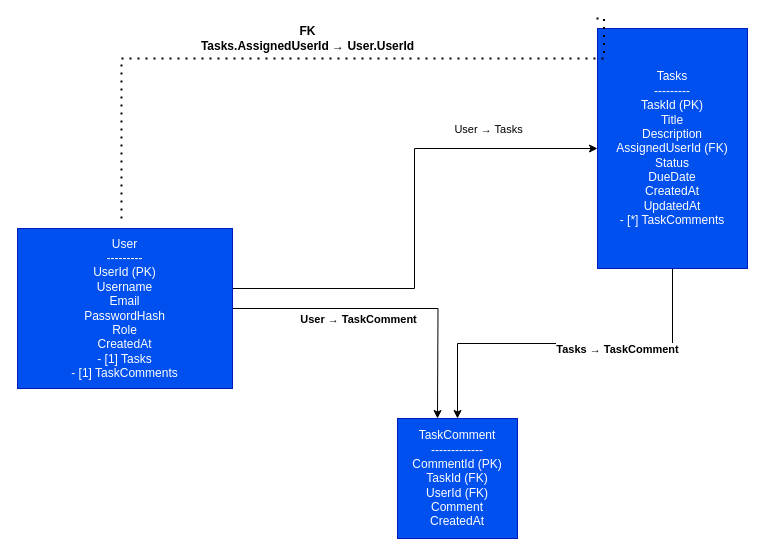
Earlier version of the draw.io diagram Untitled Diagram.drawio (sainikhilgb/Employee-Portal). Source tidied: cells renumbered, new cells numbered last; positions are measured from the earlier drawing's top-left corner, leaving out a move shared by most shapes. Both pictures are drawn from the tidied source at 100%, with x=0, y=0 at pixel (17, 18).
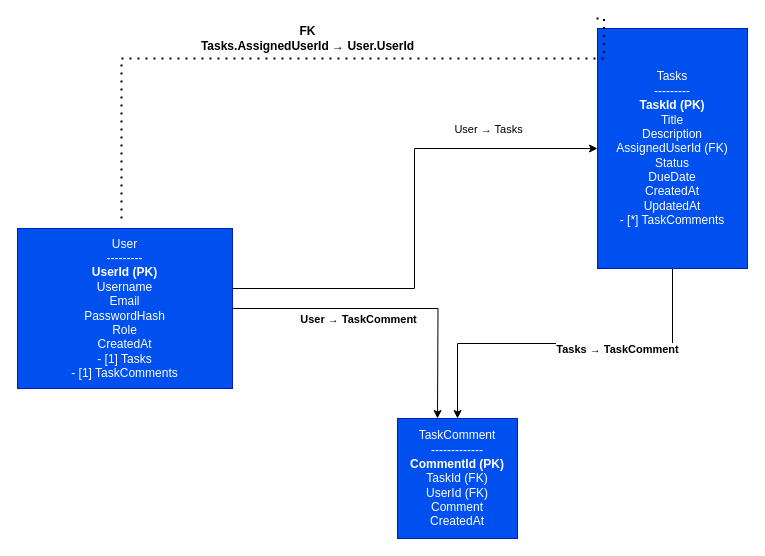
The same diagram, later.

Change to the diagram source:
```diff
@@
-    <mxCell id="6" value="User&#10;---------&#10;UserId (PK)&#10;Username&#10;Email&#10;PasswordHash&#10;Role&#10;CreatedAt&#10;- [1] Tasks&#10;- [1] TaskComments" style="rounded=0;whiteSpace=wrap;html=1;fillColor=#0050ef;fontColor=#ffffff;strokeColor=#001DBC;" parent="1" vertex="1">
+    <mxCell id="6" value="User&lt;br&gt;---------&lt;b&gt;&lt;br&gt;UserId (PK)&lt;/b&gt;&lt;br&gt;Username&lt;br&gt;Email&lt;br&gt;PasswordHash&lt;br&gt;Role&lt;br&gt;CreatedAt&lt;br&gt;- [1] Tasks&lt;br&gt;- [1] TaskComments" style="rounded=0;whiteSpace=wrap;html=1;fillColor=#0050ef;fontColor=#ffffff;strokeColor=#001DBC;" parent="1" vertex="1">
       <mxGeometry y="210" width="215" height="160" as="geometry" />
     </mxCell>
@@
-    <mxCell id="10" value="Tasks&#10;---------&#10;TaskId (PK)&#10;Title&#10;Description&#10;AssignedUserId (FK)&#10;Status&#10;DueDate&#10;CreatedAt&#10;UpdatedAt&#10;- [*] TaskComments" style="rounded=0;whiteSpace=wrap;html=1;fillColor=#0050ef;fontColor=#ffffff;strokeColor=#001DBC;" parent="1" vertex="1">
+    <mxCell id="10" value="Tasks&lt;br&gt;---------&lt;br&gt;&lt;b&gt;TaskId (PK)&lt;/b&gt;&lt;br&gt;Title&lt;br&gt;Description&lt;br&gt;AssignedUserId (FK)&lt;br&gt;Status&lt;br&gt;DueDate&lt;br&gt;CreatedAt&lt;br&gt;UpdatedAt&lt;br&gt;- [*] TaskComments" style="rounded=0;whiteSpace=wrap;html=1;fillColor=#0050ef;fontColor=#ffffff;strokeColor=#001DBC;" parent="1" vertex="1">
       <mxGeometry x="580" y="10" width="150" height="240" as="geometry" />
     </mxCell>
-    <mxCell id="11" value="TaskComment&#10;-------------&#10;CommentId (PK)&#10;TaskId (FK)&#10;UserId (FK)&#10;Comment&#10;CreatedAt" style="rounded=0;whiteSpace=wrap;html=1;fillColor=#0050ef;fontColor=#ffffff;strokeColor=#001DBC;" parent="1" vertex="1">
+    <mxCell id="11" value="TaskComment&lt;br&gt;-------------&lt;br&gt;&lt;b&gt;CommentId (PK)&lt;/b&gt;&lt;br&gt;TaskId (FK)&lt;br&gt;UserId (FK)&lt;br&gt;Comment&lt;br&gt;CreatedAt" style="rounded=0;whiteSpace=wrap;html=1;fillColor=#0050ef;fontColor=#ffffff;strokeColor=#001DBC;" parent="1" vertex="1">
       <mxGeometry x="380" y="400" width="120" height="120" as="geometry" />
     </mxCell>
```
